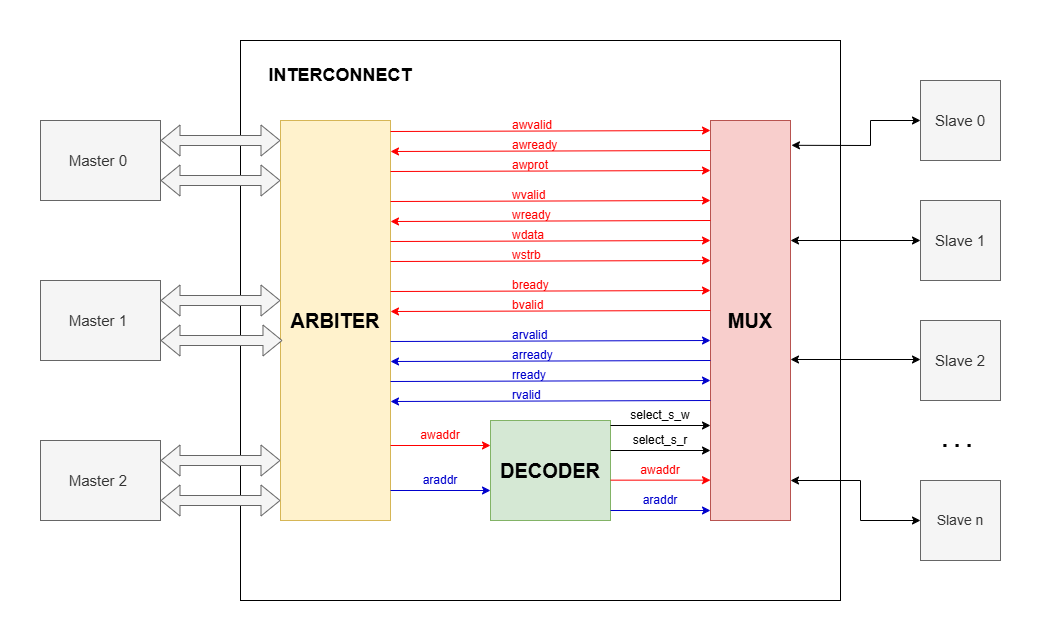
This is docs/AXI_LITE_INTERCONNECT.drawio.png from Raven1911/Axi-Lite-Interconnect-HDL, a draw.io export, as it was before one commit. Source tidied: cells renumbered, new cells last; positions are measured from the earlier drawing's top-left corner, leaving out a move shared by most shapes. Its diagram source:
```xml
<mxGraphModel>
  <root>
    <mxCell id="0" />
    <mxCell id="1" parent="0" />
    <mxCell id="2" style="rounded=0;whiteSpace=wrap;html=1;" parent="1" vertex="1">
      <mxGeometry x="200" width="600" height="560" as="geometry" />
    </mxCell>
    <mxCell id="3" value="&lt;font style=&quot;font-size: 20px;&quot;&gt;&lt;b&gt;ARBITER&lt;/b&gt;&lt;/font&gt;" style="rounded=0;whiteSpace=wrap;html=1;fillColor=#fff2cc;strokeColor=#d6b656;" parent="1" vertex="1">
      <mxGeometry x="240" y="80" width="110" height="400" as="geometry" />
    </mxCell>
    <mxCell id="4" value="&lt;font style=&quot;font-size: 20px;&quot;&gt;&lt;b&gt;DECODER&lt;/b&gt;&lt;/font&gt;" style="rounded=0;whiteSpace=wrap;html=1;fillColor=#d5e8d4;strokeColor=#82b366;" parent="1" vertex="1">
      <mxGeometry x="450" y="380" width="120" height="100" as="geometry" />
    </mxCell>
    <mxCell id="5" value="&lt;font style=&quot;font-size: 20px;&quot;&gt;&lt;b&gt;MUX&lt;/b&gt;&lt;/font&gt;" style="rounded=0;whiteSpace=wrap;html=1;fillColor=#f8cecc;strokeColor=#b85450;" parent="1" vertex="1">
      <mxGeometry x="670" y="80" width="80" height="400" as="geometry" />
    </mxCell>
    <mxCell id="6" value="&lt;font style=&quot;font-size: 18px;&quot;&gt;&lt;b&gt;INTERCONNECT&lt;/b&gt;&lt;/font&gt;" style="text;html=1;align=center;verticalAlign=middle;whiteSpace=wrap;rounded=0;" parent="1" vertex="1">
      <mxGeometry x="200" y="20" width="200" height="30" as="geometry" />
    </mxCell>
    <mxCell id="7" style="shape=flexArrow;endArrow=classic;startArrow=classic;html=1;rounded=0;exitX=1;exitY=0.5;exitDx=0;exitDy=0;entryX=0;entryY=0.05;entryDx=0;entryDy=0;entryPerimeter=0;fillColor=#f5f5f5;strokeColor=#666666;" parent="1" edge="1" target="3">
      <mxGeometry relative="1" as="geometry">
        <mxPoint x="120" y="100" as="sourcePoint" />
      </mxGeometry>
    </mxCell>
    <mxCell id="8" style="shape=flexArrow;endArrow=classic;startArrow=classic;html=1;rounded=0;exitX=1;exitY=0.5;exitDx=0;exitDy=0;fillColor=#f5f5f5;strokeColor=#666666;" parent="1" edge="1">
      <mxGeometry relative="1" as="geometry">
        <mxPoint x="120" y="140" as="sourcePoint" />
        <mxPoint x="240" y="140" as="targetPoint" />
      </mxGeometry>
    </mxCell>
    <mxCell id="9" style="shape=flexArrow;endArrow=classic;startArrow=classic;html=1;rounded=0;exitX=1;exitY=0.5;exitDx=0;exitDy=0;fillColor=#f5f5f5;strokeColor=#666666;" parent="1" edge="1">
      <mxGeometry relative="1" as="geometry">
        <mxPoint x="120" y="260" as="sourcePoint" />
        <mxPoint x="240" y="260" as="targetPoint" />
      </mxGeometry>
    </mxCell>
    <mxCell id="10" style="shape=flexArrow;endArrow=classic;startArrow=classic;html=1;rounded=0;exitX=1;exitY=0.5;exitDx=0;exitDy=0;entryX=0.018;entryY=0.55;entryDx=0;entryDy=0;entryPerimeter=0;fillColor=#f5f5f5;strokeColor=#666666;" parent="1" edge="1" target="3">
      <mxGeometry relative="1" as="geometry">
        <mxPoint x="120" y="300" as="sourcePoint" />
      </mxGeometry>
    </mxCell>
    <mxCell id="11" style="shape=flexArrow;endArrow=classic;startArrow=classic;html=1;rounded=0;exitX=1;exitY=0.5;exitDx=0;exitDy=0;fillColor=#f5f5f5;strokeColor=#666666;" parent="1" edge="1">
      <mxGeometry relative="1" as="geometry">
        <mxPoint x="120" y="420" as="sourcePoint" />
        <mxPoint x="240" y="420" as="targetPoint" />
      </mxGeometry>
    </mxCell>
    <mxCell id="12" style="shape=flexArrow;endArrow=classic;startArrow=classic;html=1;rounded=0;exitX=1;exitY=0.5;exitDx=0;exitDy=0;fillColor=#f5f5f5;strokeColor=#666666;" parent="1" edge="1">
      <mxGeometry relative="1" as="geometry">
        <mxPoint x="120" y="460" as="sourcePoint" />
        <mxPoint x="240" y="460" as="targetPoint" />
      </mxGeometry>
    </mxCell>
    <mxCell id="13" style="endArrow=classic;html=1;rounded=0;strokeColor=#FF0000;" parent="1" edge="1">
      <mxGeometry relative="1" as="geometry">
        <mxPoint x="350" y="405" as="sourcePoint" />
        <mxPoint x="450" y="405" as="targetPoint" />
      </mxGeometry>
    </mxCell>
    <mxCell id="14" style="endArrow=classic;html=1;rounded=0;entryX=0;entryY=0.25;entryDx=0;entryDy=0;strokeColor=#0000CC;" parent="1" edge="1">
      <mxGeometry relative="1" as="geometry">
        <mxPoint x="350" y="450" as="sourcePoint" />
        <mxPoint x="450" y="450" as="targetPoint" />
      </mxGeometry>
    </mxCell>
    <mxCell id="15" style="endArrow=classic;html=1;rounded=0;entryX=0;entryY=0.25;entryDx=0;entryDy=0;" parent="1" edge="1">
      <mxGeometry relative="1" as="geometry">
        <mxPoint x="570" y="385" as="sourcePoint" />
        <mxPoint x="670" y="385" as="targetPoint" />
      </mxGeometry>
    </mxCell>
    <mxCell id="16" style="endArrow=classic;html=1;rounded=0;entryX=0;entryY=0.25;entryDx=0;entryDy=0;" parent="1" edge="1">
      <mxGeometry relative="1" as="geometry">
        <mxPoint x="570" y="410" as="sourcePoint" />
        <mxPoint x="670" y="410" as="targetPoint" />
      </mxGeometry>
    </mxCell>
    <mxCell id="17" style="endArrow=classic;html=1;rounded=0;entryX=0;entryY=0.25;entryDx=0;entryDy=0;strokeColor=#FF0000;" parent="1" edge="1">
      <mxGeometry relative="1" as="geometry">
        <mxPoint x="570" y="439.7" as="sourcePoint" />
        <mxPoint x="670" y="439.7" as="targetPoint" />
      </mxGeometry>
    </mxCell>
    <mxCell id="18" style="endArrow=classic;html=1;rounded=0;entryX=0;entryY=0.25;entryDx=0;entryDy=0;strokeColor=#0000CC;" parent="1" edge="1">
      <mxGeometry relative="1" as="geometry">
        <mxPoint x="570" y="470" as="sourcePoint" />
        <mxPoint x="670" y="470" as="targetPoint" />
      </mxGeometry>
    </mxCell>
    <mxCell id="19" value="&lt;font style=&quot;color: rgb(255, 0, 0);&quot;&gt;awaddr&lt;/font&gt;" style="text;html=1;align=center;verticalAlign=middle;whiteSpace=wrap;rounded=0;" parent="1" vertex="1">
      <mxGeometry x="370" y="380" width="60" height="30" as="geometry" />
    </mxCell>
    <mxCell id="20" value="&lt;font style=&quot;color: rgb(0, 0, 204);&quot;&gt;araddr&lt;/font&gt;" style="text;html=1;align=center;verticalAlign=middle;whiteSpace=wrap;rounded=0;" parent="1" vertex="1">
      <mxGeometry x="370" y="425" width="60" height="30" as="geometry" />
    </mxCell>
    <mxCell id="21" value="&lt;font style=&quot;color: rgb(255, 0, 0);&quot;&gt;awaddr&lt;/font&gt;" style="text;html=1;align=center;verticalAlign=middle;whiteSpace=wrap;rounded=0;" parent="1" vertex="1">
      <mxGeometry x="590" y="415" width="60" height="30" as="geometry" />
    </mxCell>
    <mxCell id="22" value="&lt;font style=&quot;color: rgb(0, 0, 204);&quot;&gt;araddr&lt;/font&gt;" style="text;html=1;align=center;verticalAlign=middle;whiteSpace=wrap;rounded=0;" parent="1" vertex="1">
      <mxGeometry x="590" y="445" width="60" height="30" as="geometry" />
    </mxCell>
    <mxCell id="23" value="select_s_r" style="text;html=1;align=center;verticalAlign=middle;whiteSpace=wrap;rounded=0;" parent="1" vertex="1">
      <mxGeometry x="590" y="385" width="60" height="30" as="geometry" />
    </mxCell>
    <mxCell id="24" value="select_s_w" style="text;html=1;align=center;verticalAlign=middle;whiteSpace=wrap;rounded=0;" parent="1" vertex="1">
      <mxGeometry x="590" y="360" width="60" height="30" as="geometry" />
    </mxCell>
    <mxCell id="25" style="endArrow=classic;html=1;rounded=0;fontColor=#FF0000;strokeColor=#FF0000;" parent="1" edge="1">
      <mxGeometry relative="1" as="geometry">
        <mxPoint x="350" y="91" as="sourcePoint" />
        <mxPoint x="670" y="90" as="targetPoint" />
      </mxGeometry>
    </mxCell>
    <mxCell id="26" style="endArrow=classic;html=1;rounded=0;fontColor=#FF0000;strokeColor=#FF0000;" parent="1" edge="1">
      <mxGeometry relative="1" as="geometry">
        <mxPoint x="350" y="131" as="sourcePoint" />
        <mxPoint x="670" y="130" as="targetPoint" />
      </mxGeometry>
    </mxCell>
    <mxCell id="27" value="&lt;font&gt;awvalid&lt;/font&gt;" style="text;html=1;align=left;verticalAlign=middle;whiteSpace=wrap;rounded=0;fontColor=#FF0000;" parent="1" vertex="1">
      <mxGeometry x="470" y="70" width="60" height="30" as="geometry" />
    </mxCell>
    <mxCell id="28" value="awready" style="text;html=1;align=left;verticalAlign=middle;whiteSpace=wrap;rounded=0;fontColor=#FF0000;" parent="1" vertex="1">
      <mxGeometry x="470" y="90" width="60" height="30" as="geometry" />
    </mxCell>
    <mxCell id="29" style="endArrow=classic;html=1;rounded=0;fontColor=#FF0000;strokeColor=#FF0000;" parent="1" edge="1">
      <mxGeometry relative="1" as="geometry">
        <mxPoint x="670" y="110" as="sourcePoint" />
        <mxPoint x="350" y="111" as="targetPoint" />
      </mxGeometry>
    </mxCell>
    <mxCell id="30" value="&lt;font&gt;awprot&lt;/font&gt;" style="text;html=1;align=left;verticalAlign=middle;whiteSpace=wrap;rounded=0;fontColor=#FF0000;" parent="1" vertex="1">
      <mxGeometry x="470" y="110" width="60" height="30" as="geometry" />
    </mxCell>
    <mxCell id="31" style="endArrow=classic;html=1;rounded=0;fontColor=#FF0000;strokeColor=#FF0000;" parent="1" edge="1">
      <mxGeometry relative="1" as="geometry">
        <mxPoint x="350" y="161" as="sourcePoint" />
        <mxPoint x="670" y="160" as="targetPoint" />
      </mxGeometry>
    </mxCell>
    <mxCell id="32" value="&lt;font&gt;wvalid&lt;/font&gt;" style="text;html=1;align=left;verticalAlign=middle;whiteSpace=wrap;rounded=0;fontColor=#FF0000;" parent="1" vertex="1">
      <mxGeometry x="470" y="140" width="60" height="30" as="geometry" />
    </mxCell>
    <mxCell id="33" value="wready" style="text;html=1;align=left;verticalAlign=middle;whiteSpace=wrap;rounded=0;fontColor=#FF0000;" parent="1" vertex="1">
      <mxGeometry x="470" y="160" width="60" height="30" as="geometry" />
    </mxCell>
    <mxCell id="34" style="endArrow=classic;html=1;rounded=0;fontColor=#FF0000;strokeColor=#FF0000;" parent="1" edge="1">
      <mxGeometry relative="1" as="geometry">
        <mxPoint x="670" y="180" as="sourcePoint" />
        <mxPoint x="350" y="181" as="targetPoint" />
      </mxGeometry>
    </mxCell>
    <mxCell id="35" style="endArrow=classic;html=1;rounded=0;fontColor=#FF0000;strokeColor=#FF0000;" parent="1" edge="1">
      <mxGeometry relative="1" as="geometry">
        <mxPoint x="350" y="201" as="sourcePoint" />
        <mxPoint x="670" y="200" as="targetPoint" />
      </mxGeometry>
    </mxCell>
    <mxCell id="36" value="&lt;font&gt;wdata&lt;/font&gt;" style="text;html=1;align=left;verticalAlign=middle;whiteSpace=wrap;rounded=0;fontColor=#FF0000;" parent="1" vertex="1">
      <mxGeometry x="470" y="180" width="60" height="30" as="geometry" />
    </mxCell>
    <mxCell id="37" style="endArrow=classic;html=1;rounded=0;fontColor=#FF0000;strokeColor=#FF0000;" parent="1" edge="1">
      <mxGeometry relative="1" as="geometry">
        <mxPoint x="350" y="221" as="sourcePoint" />
        <mxPoint x="670" y="220" as="targetPoint" />
      </mxGeometry>
    </mxCell>
    <mxCell id="38" value="&lt;font&gt;wstrb&lt;/font&gt;" style="text;html=1;align=left;verticalAlign=middle;whiteSpace=wrap;rounded=0;fontColor=#FF0000;" parent="1" vertex="1">
      <mxGeometry x="470" y="200" width="60" height="30" as="geometry" />
    </mxCell>
    <mxCell id="39" style="endArrow=classic;html=1;rounded=0;fontColor=#FF0000;strokeColor=#FF0000;" parent="1" edge="1">
      <mxGeometry relative="1" as="geometry">
        <mxPoint x="350" y="251" as="sourcePoint" />
        <mxPoint x="670" y="250" as="targetPoint" />
      </mxGeometry>
    </mxCell>
    <mxCell id="40" value="&lt;font&gt;bready&lt;/font&gt;" style="text;html=1;align=left;verticalAlign=middle;whiteSpace=wrap;rounded=0;fontColor=#FF0000;" parent="1" vertex="1">
      <mxGeometry x="470" y="230" width="60" height="30" as="geometry" />
    </mxCell>
    <mxCell id="41" value="bvalid" style="text;html=1;align=left;verticalAlign=middle;whiteSpace=wrap;rounded=0;fontColor=#FF0000;" parent="1" vertex="1">
      <mxGeometry x="470" y="250" width="60" height="30" as="geometry" />
    </mxCell>
    <mxCell id="42" style="endArrow=classic;html=1;rounded=0;fontColor=#FF0000;strokeColor=#FF0000;" parent="1" edge="1">
      <mxGeometry relative="1" as="geometry">
        <mxPoint x="670" y="270" as="sourcePoint" />
        <mxPoint x="350" y="271" as="targetPoint" />
      </mxGeometry>
    </mxCell>
    <mxCell id="43" style="endArrow=classic;html=1;rounded=0;strokeColor=#0000CC;" parent="1" edge="1">
      <mxGeometry relative="1" as="geometry">
        <mxPoint x="350" y="301" as="sourcePoint" />
        <mxPoint x="670" y="300" as="targetPoint" />
      </mxGeometry>
    </mxCell>
    <mxCell id="44" value="&lt;font&gt;arvalid&lt;/font&gt;" style="text;html=1;align=left;verticalAlign=middle;whiteSpace=wrap;rounded=0;fontColor=#0000CC;" parent="1" vertex="1">
      <mxGeometry x="470" y="280" width="60" height="30" as="geometry" />
    </mxCell>
    <mxCell id="45" value="arready" style="text;html=1;align=left;verticalAlign=middle;whiteSpace=wrap;rounded=0;fontColor=#0000CC;" parent="1" vertex="1">
      <mxGeometry x="470" y="300" width="60" height="30" as="geometry" />
    </mxCell>
    <mxCell id="46" style="endArrow=classic;html=1;rounded=0;strokeColor=#0000CC;" parent="1" edge="1">
      <mxGeometry relative="1" as="geometry">
        <mxPoint x="670" y="320" as="sourcePoint" />
        <mxPoint x="350" y="321" as="targetPoint" />
      </mxGeometry>
    </mxCell>
    <mxCell id="47" style="endArrow=classic;html=1;rounded=0;strokeColor=#0000CC;" parent="1" edge="1">
      <mxGeometry relative="1" as="geometry">
        <mxPoint x="350" y="341" as="sourcePoint" />
        <mxPoint x="670" y="340" as="targetPoint" />
      </mxGeometry>
    </mxCell>
    <mxCell id="48" value="&lt;font&gt;rready&lt;/font&gt;" style="text;html=1;align=left;verticalAlign=middle;whiteSpace=wrap;rounded=0;fontColor=#0000CC;" parent="1" vertex="1">
      <mxGeometry x="470" y="320" width="60" height="30" as="geometry" />
    </mxCell>
    <mxCell id="49" style="endArrow=classic;html=1;rounded=0;strokeColor=#0000CC;" parent="1" edge="1">
      <mxGeometry relative="1" as="geometry">
        <mxPoint x="670" y="360" as="sourcePoint" />
        <mxPoint x="350" y="361" as="targetPoint" />
      </mxGeometry>
    </mxCell>
    <mxCell id="50" value="&lt;font&gt;rvalid&lt;/font&gt;" style="text;html=1;align=left;verticalAlign=middle;whiteSpace=wrap;rounded=0;fontColor=#0000CC;" parent="1" vertex="1">
      <mxGeometry x="470" y="340" width="60" height="30" as="geometry" />
    </mxCell>
    <mxCell id="51" value="&lt;font style=&quot;font-size: 15px;&quot;&gt;Slave 0&lt;/font&gt;" style="rounded=0;whiteSpace=wrap;html=1;fillColor=#f5f5f5;fontColor=#333333;strokeColor=#666666;" parent="1" vertex="1">
      <mxGeometry x="880" y="40" width="80" height="80" as="geometry" />
    </mxCell>
    <mxCell id="52" value="&lt;font style=&quot;font-size: 15px;&quot;&gt;Master 0&amp;nbsp;&lt;/font&gt;" style="rounded=0;whiteSpace=wrap;html=1;fillColor=#f5f5f5;strokeColor=#666666;fontColor=#333333;" parent="1" vertex="1">
      <mxGeometry y="80" width="120" height="80" as="geometry" />
    </mxCell>
    <mxCell id="53" value="&lt;font style=&quot;font-size: 15px;&quot;&gt;Master 1&amp;nbsp;&lt;/font&gt;" style="rounded=0;whiteSpace=wrap;html=1;fillColor=#f5f5f5;strokeColor=#666666;fontColor=#333333;" parent="1" vertex="1">
      <mxGeometry y="240" width="120" height="80" as="geometry" />
    </mxCell>
    <mxCell id="54" value="&lt;font style=&quot;font-size: 15px;&quot;&gt;Master 2&amp;nbsp;&lt;/font&gt;" style="rounded=0;whiteSpace=wrap;html=1;fillColor=#f5f5f5;fontColor=#333333;strokeColor=#666666;" parent="1" vertex="1">
      <mxGeometry y="400" width="120" height="80" as="geometry" />
    </mxCell>
    <mxCell id="55" value="&lt;font style=&quot;font-size: 15px;&quot;&gt;Slave 1&lt;/font&gt;" style="rounded=0;whiteSpace=wrap;html=1;fillColor=#f5f5f5;fontColor=#333333;strokeColor=#666666;" parent="1" vertex="1">
      <mxGeometry x="880" y="160" width="80" height="80" as="geometry" />
    </mxCell>
    <mxCell id="56" value="&lt;font style=&quot;font-size: 15px;&quot;&gt;Slave 2&lt;/font&gt;" style="rounded=0;whiteSpace=wrap;html=1;fillColor=#f5f5f5;fontColor=#333333;strokeColor=#666666;" parent="1" vertex="1">
      <mxGeometry x="880" y="280" width="80" height="80" as="geometry" />
    </mxCell>
    <mxCell id="57" value="&lt;font style=&quot;font-size: 14px;&quot;&gt;Slave n&lt;/font&gt;" style="rounded=0;whiteSpace=wrap;html=1;fillColor=#f5f5f5;fontColor=#333333;strokeColor=#666666;" parent="1" vertex="1">
      <mxGeometry x="880" y="440" width="80" height="80" as="geometry" />
    </mxCell>
    <mxCell id="58" style="endArrow=classic;startArrow=classic;html=1;rounded=0;entryX=0;entryY=0.5;entryDx=0;entryDy=0;exitX=1.012;exitY=0.062;exitDx=0;exitDy=0;exitPerimeter=0;" parent="1" edge="1" source="5" target="51">
      <mxGeometry relative="1" as="geometry">
        <Array as="points">
          <mxPoint x="830" y="105" />
          <mxPoint x="830" y="80" />
        </Array>
      </mxGeometry>
    </mxCell>
    <mxCell id="59" style="endArrow=classic;startArrow=classic;html=1;rounded=0;entryX=0;entryY=0.5;entryDx=0;entryDy=0;" parent="1" edge="1" target="55">
      <mxGeometry relative="1" as="geometry">
        <mxPoint x="750" y="200" as="sourcePoint" />
      </mxGeometry>
    </mxCell>
    <mxCell id="60" style="endArrow=classic;startArrow=classic;html=1;rounded=0;entryX=0;entryY=0.5;entryDx=0;entryDy=0;" parent="1" edge="1">
      <mxGeometry relative="1" as="geometry">
        <mxPoint x="750" y="319" as="sourcePoint" />
        <mxPoint x="880" y="319" as="targetPoint" />
      </mxGeometry>
    </mxCell>
    <mxCell id="61" style="endArrow=classic;startArrow=classic;html=1;rounded=0;entryX=0;entryY=0.5;entryDx=0;entryDy=0;" parent="1" edge="1" target="57">
      <mxGeometry relative="1" as="geometry">
        <mxPoint x="750" y="440" as="sourcePoint" />
        <Array as="points">
          <mxPoint x="820" y="440" />
          <mxPoint x="820" y="480" />
        </Array>
      </mxGeometry>
    </mxCell>
    <mxCell id="62" value="&lt;span style=&quot;font-size: 22px;&quot;&gt;&lt;b&gt;. . .&amp;nbsp;&lt;/b&gt;&lt;/span&gt;" style="text;html=1;align=center;verticalAlign=middle;whiteSpace=wrap;rounded=0;" parent="1" vertex="1">
      <mxGeometry x="890" y="385" width="60" height="30" as="geometry" />
    </mxCell>
  </root>
</mxGraphModel>
```
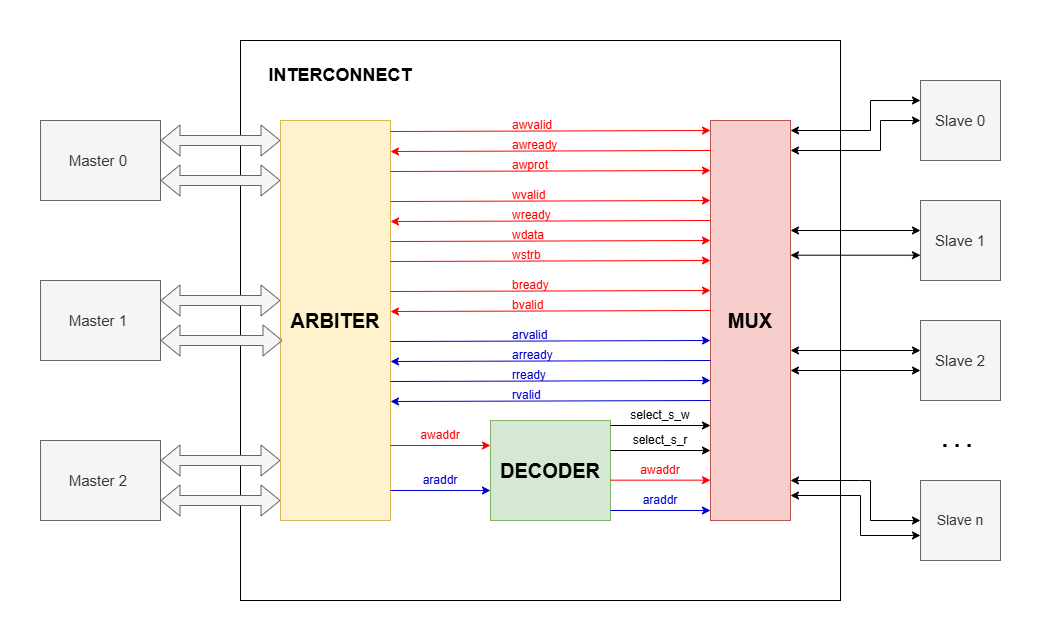
After the commit.

Change to the diagram source:
```diff
@@ -243,23 +243,16 @@
     <mxCell id="57" value="&lt;font style=&quot;font-size: 14px;&quot;&gt;Slave n&lt;/font&gt;" style="rounded=0;whiteSpace=wrap;html=1;fillColor=#f5f5f5;fontColor=#333333;strokeColor=#666666;" parent="1" vertex="1">
       <mxGeometry x="880" y="440" width="80" height="80" as="geometry" />
     </mxCell>
-    <mxCell id="58" style="endArrow=classic;startArrow=classic;html=1;rounded=0;entryX=0;entryY=0.5;entryDx=0;entryDy=0;exitX=1.012;exitY=0.062;exitDx=0;exitDy=0;exitPerimeter=0;" parent="1" edge="1" source="5" target="51">
-      <mxGeometry relative="1" as="geometry">
-        <Array as="points">
-          <mxPoint x="830" y="105" />
-          <mxPoint x="830" y="80" />
-        </Array>
-      </mxGeometry>
-    </mxCell>
-    <mxCell id="59" style="endArrow=classic;startArrow=classic;html=1;rounded=0;entryX=0;entryY=0.5;entryDx=0;entryDy=0;" parent="1" edge="1" target="55">
+    <mxCell id="59" style="endArrow=classic;startArrow=classic;html=1;rounded=0;entryX=0;entryY=0.5;entryDx=0;entryDy=0;" parent="1" edge="1">
       <mxGeometry relative="1" as="geometry">
-        <mxPoint x="750" y="200" as="sourcePoint" />
+        <mxPoint x="750" y="190" as="sourcePoint" />
+        <mxPoint x="880" y="190" as="targetPoint" />
       </mxGeometry>
     </mxCell>
     <mxCell id="60" style="endArrow=classic;startArrow=classic;html=1;rounded=0;entryX=0;entryY=0.5;entryDx=0;entryDy=0;" parent="1" edge="1">
       <mxGeometry relative="1" as="geometry">
-        <mxPoint x="750" y="319" as="sourcePoint" />
-        <mxPoint x="880" y="319" as="targetPoint" />
+        <mxPoint x="750" y="310" as="sourcePoint" />
+        <mxPoint x="880" y="310" as="targetPoint" />
       </mxGeometry>
     </mxCell>
     <mxCell id="61" style="endArrow=classic;startArrow=classic;html=1;rounded=0;entryX=0;entryY=0.5;entryDx=0;entryDy=0;" parent="1" edge="1" target="57">
@@ -267,12 +260,53 @@
         <mxPoint x="750" y="440" as="sourcePoint" />
         <Array as="points">
           <mxPoint x="820" y="440" />
-          <mxPoint x="820" y="480" />
+          <mxPoint x="830" y="440" />
+          <mxPoint x="830" y="480" />
         </Array>
       </mxGeometry>
     </mxCell>
     <mxCell id="62" value="&lt;span style=&quot;font-size: 22px;&quot;&gt;&lt;b&gt;. . .&amp;nbsp;&lt;/b&gt;&lt;/span&gt;" style="text;html=1;align=center;verticalAlign=middle;whiteSpace=wrap;rounded=0;" parent="1" vertex="1">
       <mxGeometry x="890" y="385" width="60" height="30" as="geometry" />
     </mxCell>
+    <mxCell id="63" style="endArrow=classic;startArrow=classic;html=1;rounded=0;entryX=0;entryY=0.5;entryDx=0;entryDy=0;" parent="1" edge="1" target="51">
+      <mxGeometry relative="1" as="geometry">
+        <mxPoint x="750" y="110" as="sourcePoint" />
+        <Array as="points">
+          <mxPoint x="840" y="110" />
+          <mxPoint x="840" y="80" />
+        </Array>
+      </mxGeometry>
+    </mxCell>
+    <mxCell id="64" style="endArrow=classic;startArrow=classic;html=1;rounded=0;entryX=0;entryY=0.5;entryDx=0;entryDy=0;" parent="1" edge="1">
+      <mxGeometry relative="1" as="geometry">
+        <mxPoint x="750" y="214.7" as="sourcePoint" />
+        <mxPoint x="880" y="214.7" as="targetPoint" />
+      </mxGeometry>
+    </mxCell>
+    <mxCell id="65" style="endArrow=classic;startArrow=classic;html=1;rounded=0;entryX=0;entryY=0.5;entryDx=0;entryDy=0;" parent="1" edge="1">
+      <mxGeometry relative="1" as="geometry">
+        <mxPoint x="750" y="330" as="sourcePoint" />
+        <mxPoint x="880" y="330" as="targetPoint" />
+      </mxGeometry>
+    </mxCell>
+    <mxCell id="66" style="endArrow=classic;startArrow=classic;html=1;rounded=0;entryX=0;entryY=0.5;entryDx=0;entryDy=0;" parent="1" edge="1">
+      <mxGeometry relative="1" as="geometry">
+        <mxPoint x="750" y="455" as="sourcePoint" />
+        <mxPoint x="880" y="495" as="targetPoint" />
+        <Array as="points">
+          <mxPoint x="820" y="455" />
+          <mxPoint x="820" y="495" />
+        </Array>
+      </mxGeometry>
+    </mxCell>
+    <mxCell id="67" style="endArrow=classic;startArrow=classic;html=1;rounded=0;entryX=0;entryY=0.25;entryDx=0;entryDy=0;" parent="1" edge="1" target="51">
+      <mxGeometry relative="1" as="geometry">
+        <mxPoint x="750" y="90" as="sourcePoint" />
+        <Array as="points">
+          <mxPoint x="830" y="90" />
+          <mxPoint x="830" y="60" />
+        </Array>
+      </mxGeometry>
+    </mxCell>
   </root>
 </mxGraphModel>
```
